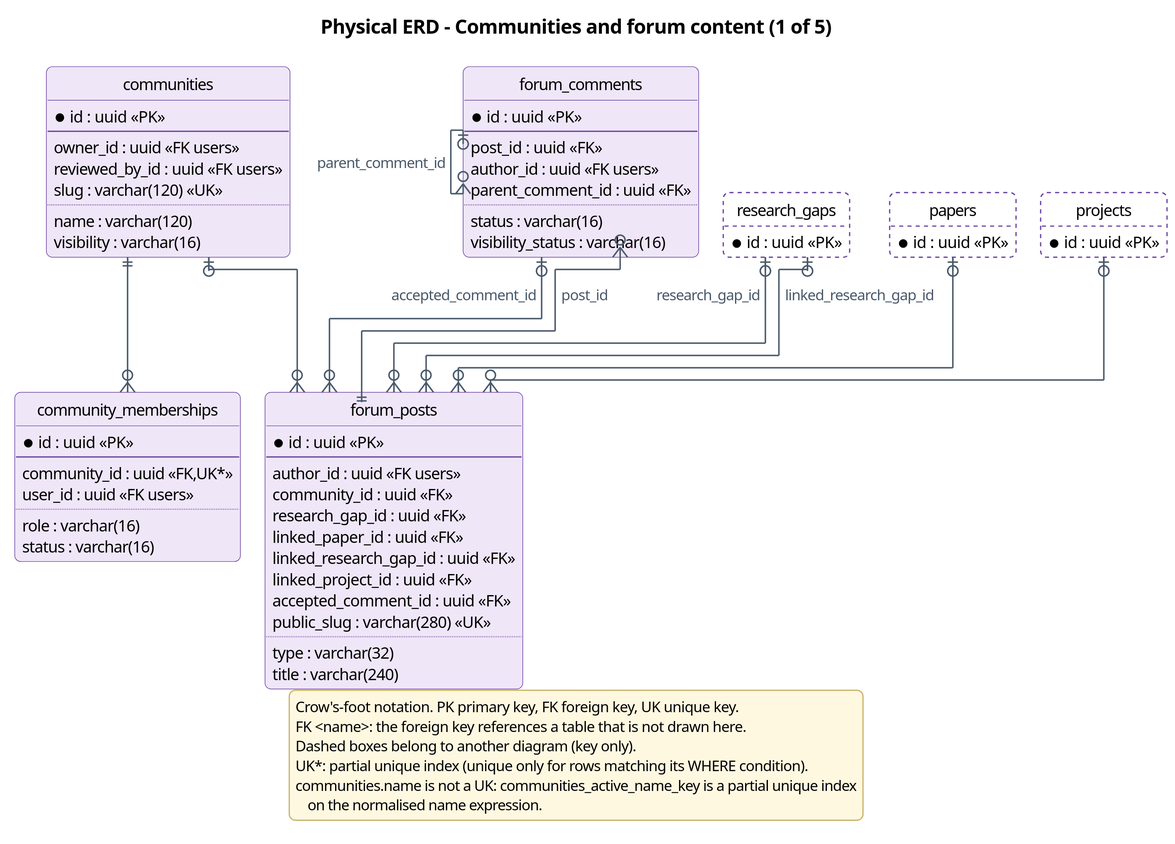
The PlantUML diagram docs/diagrams/report4/R4_ERD_community_a.svg in Khoa-Hoa-Technology-Solution-Company/lumi-gap, before a commit.
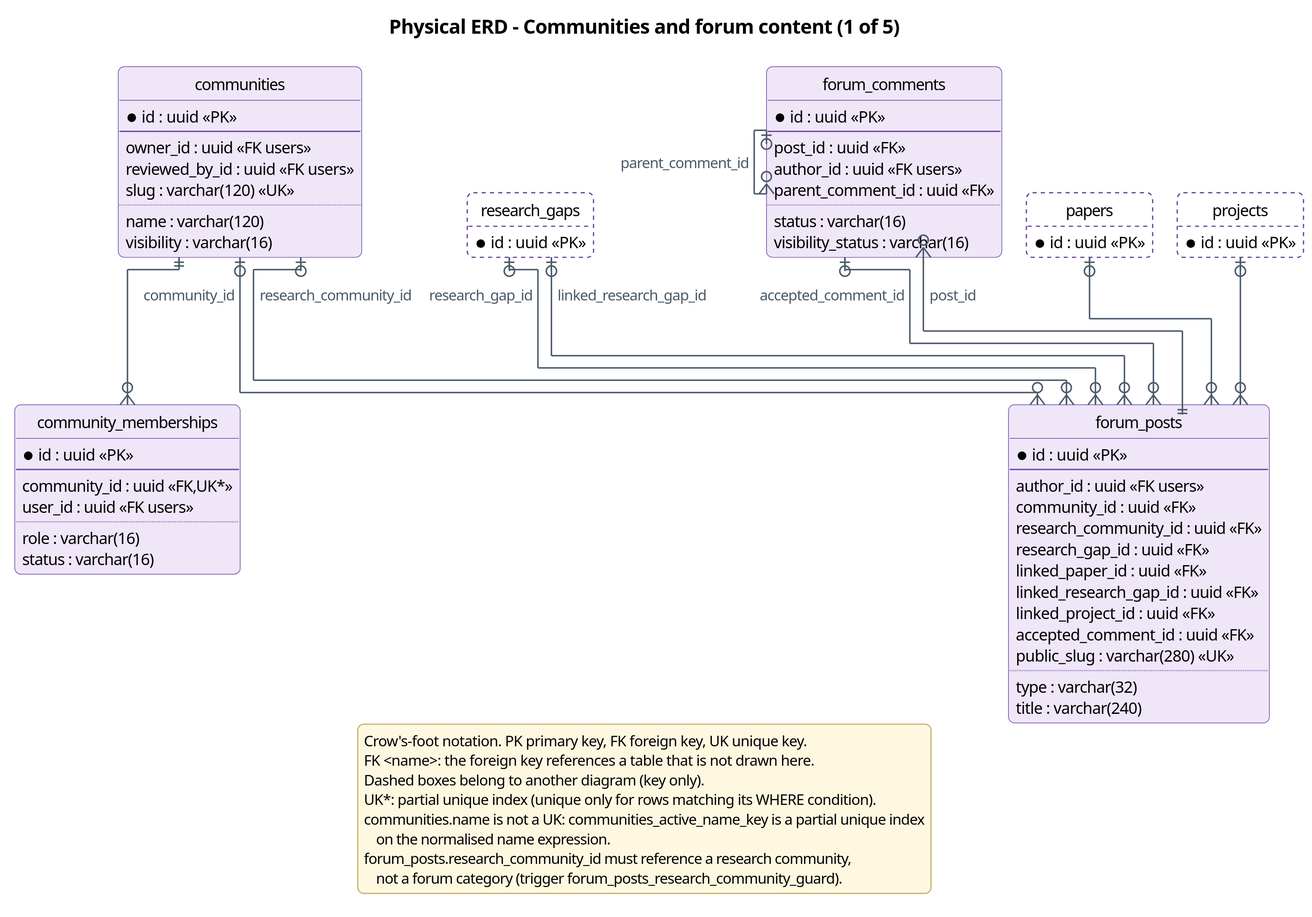
The same file after the commit.

Diff of the diagram source:
```diff
@@ -49,6 +49,7 @@
   --
   author_id : uuid <<FK users>>
   community_id : uuid <<FK>>
+  research_community_id : uuid <<FK>>
   research_gap_id : uuid <<FK>>
   linked_paper_id : uuid <<FK>>
   linked_research_gap_id : uuid <<FK>>
@@ -79,7 +80,8 @@
   * id : uuid <<PK>>
 }
 communities ||--o{ community_memberships
-communities |o--o{ forum_posts
+communities |o--o{ forum_posts : community_id
+communities |o--o{ forum_posts : research_community_id
 forum_comments |o--o{ forum_comments : parent_comment_id
 forum_comments |o--o{ forum_posts : accepted_comment_id
 forum_posts ||--o{ forum_comments : post_id
@@ -94,5 +96,7 @@
 UK*: partial unique index (unique only for rows matching its WHERE condition).
 communities.name is not a UK: communities_active_name_key is a partial unique index
    on the normalised name expression.
+forum_posts.research_community_id must reference a research community,
+   not a forum category (trigger forum_posts_research_community_guard).
 endlegend
 @enduml
```
